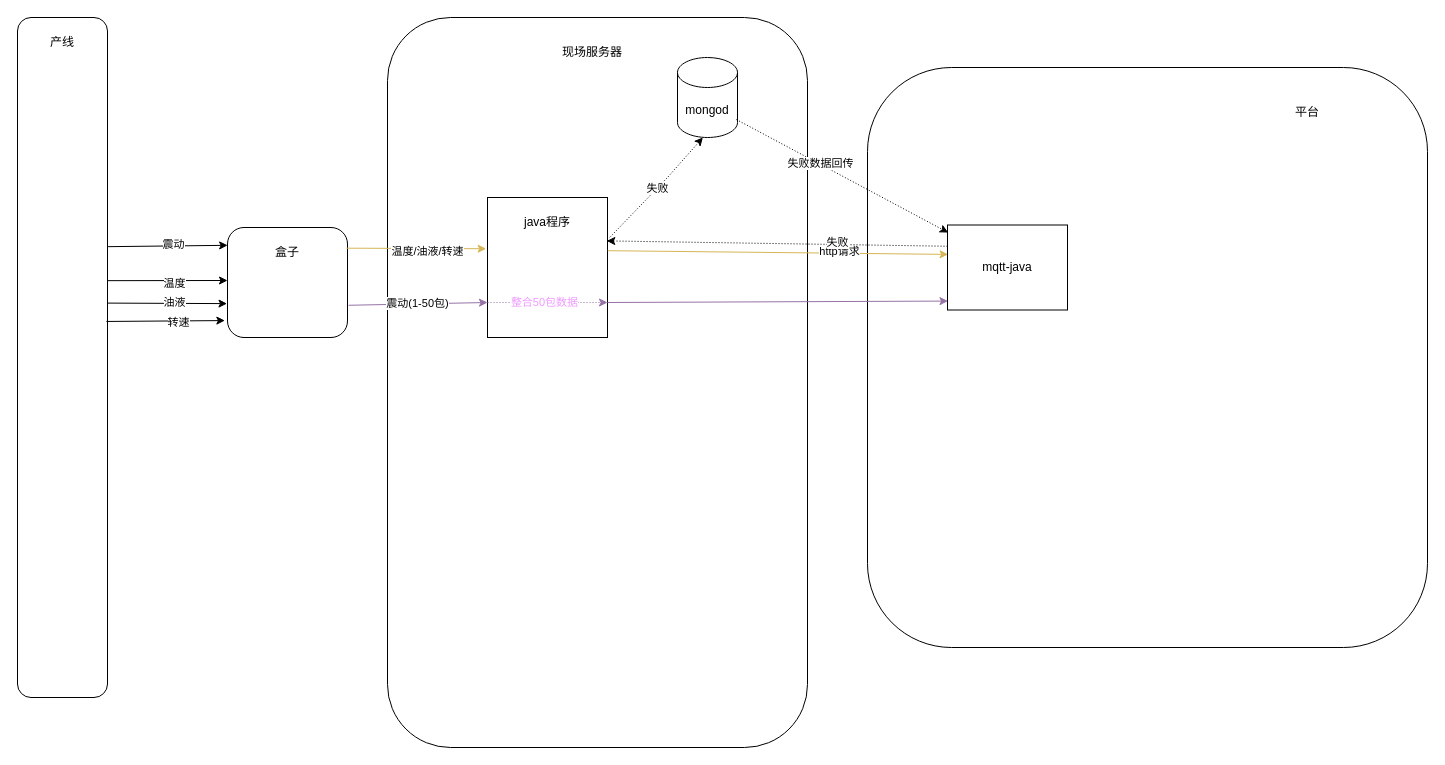
Above: page "Page-2" (2 of 2) of 流程图/平台/Untitled Diagram.drawio in zhuchunfeng/diagram1 (draw.io), before the change. Source tidied: cells renumbered, new cells numbered last; positions are measured from the earlier drawing's top-left corner, leaving out a move shared by most shapes. Both pictures are drawn from the tidied source at 100%, with x=0, y=0 at pixel (17, 17).
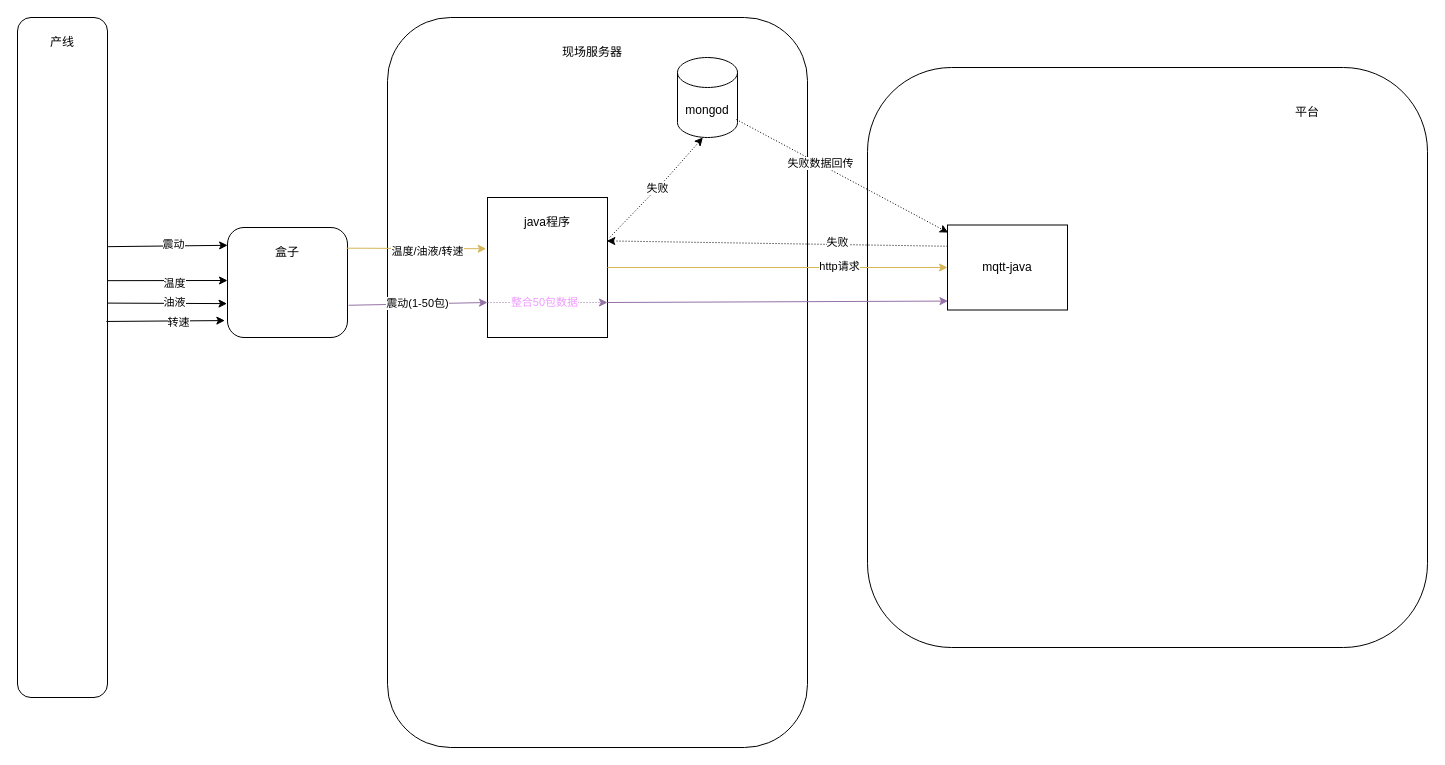
After the change.

Unchanged cells that the change refers to:
```xml
<mxCell id="16" style="rounded=0;whiteSpace=wrap;html=1;" parent="1" vertex="1">
  <mxGeometry x="470" y="180" width="120" height="140" as="geometry" />
</mxCell>
<mxCell id="25" value="mqtt-java" style="rounded=0;whiteSpace=wrap;html=1;" parent="1" vertex="1">
  <mxGeometry x="930" y="207.5" width="120" height="85" as="geometry" />
</mxCell>
```

Change to the diagram source:
```diff
@@
-    <mxCell id="22" style="endArrow=classic;html=1;rounded=0;elbow=vertical;exitX=1.002;exitY=0.38;exitDx=0;exitDy=0;entryX=0.005;entryY=0.346;entryDx=0;entryDy=0;fillColor=#fff2cc;strokeColor=#d6b656;entryPerimeter=0;exitPerimeter=0;" parent="1" edge="1" source="16" target="25">
+    <mxCell id="22" style="endArrow=classic;html=1;rounded=0;elbow=vertical;exitX=1;exitY=0.5;exitDx=0;exitDy=0;entryX=0;entryY=0.5;entryDx=0;entryDy=0;fillColor=#fff2cc;strokeColor=#d6b656;" parent="1" edge="1" source="16" target="25">
       <mxGeometry relative="1" as="geometry" />
     </mxCell>
```
